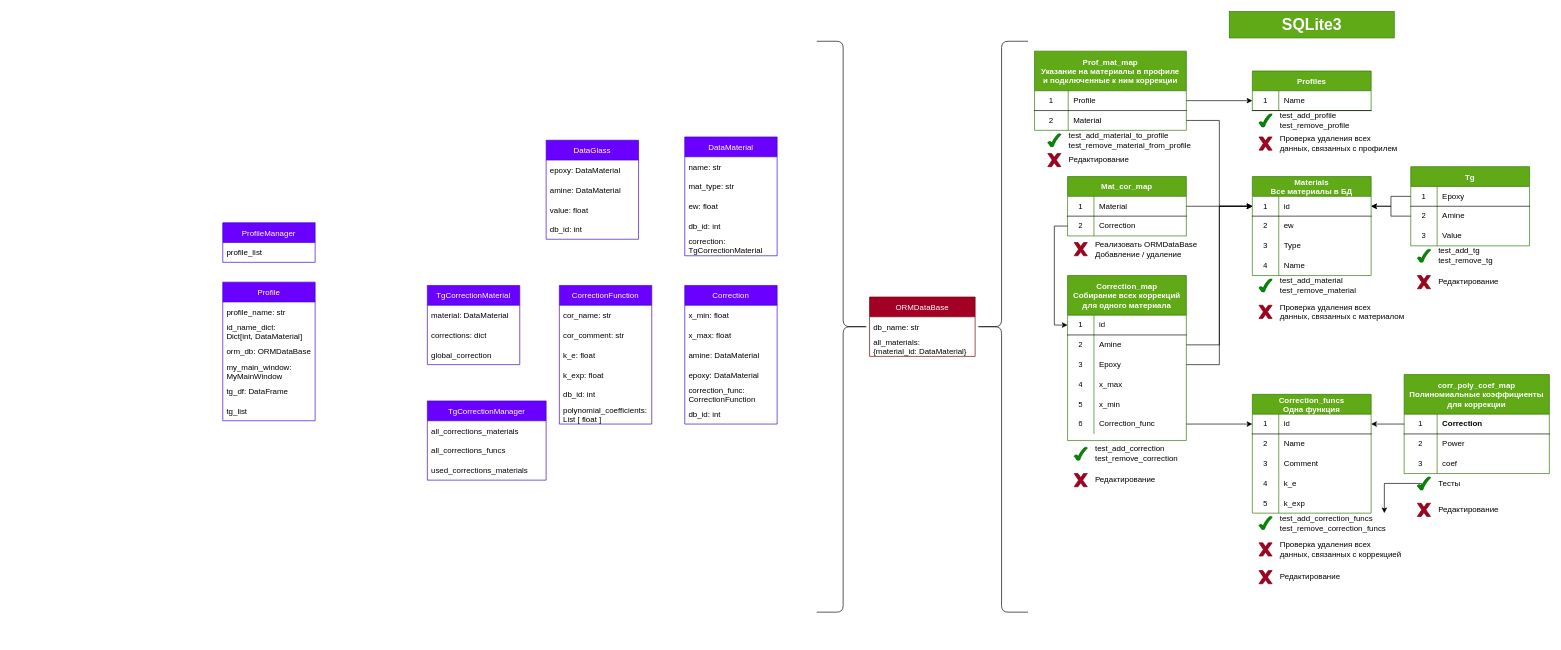
Earlier version of the draw.io diagram data_db.drawio (ivanzuev78/Glass_transition_math). Source tidied: cells renumbered, new cells numbered last; positions are measured from the earlier drawing's top-left corner, leaving out a move shared by most shapes. Both pictures are drawn from the tidied source at 66%, with x=0, y=0 at pixel (222, 11).
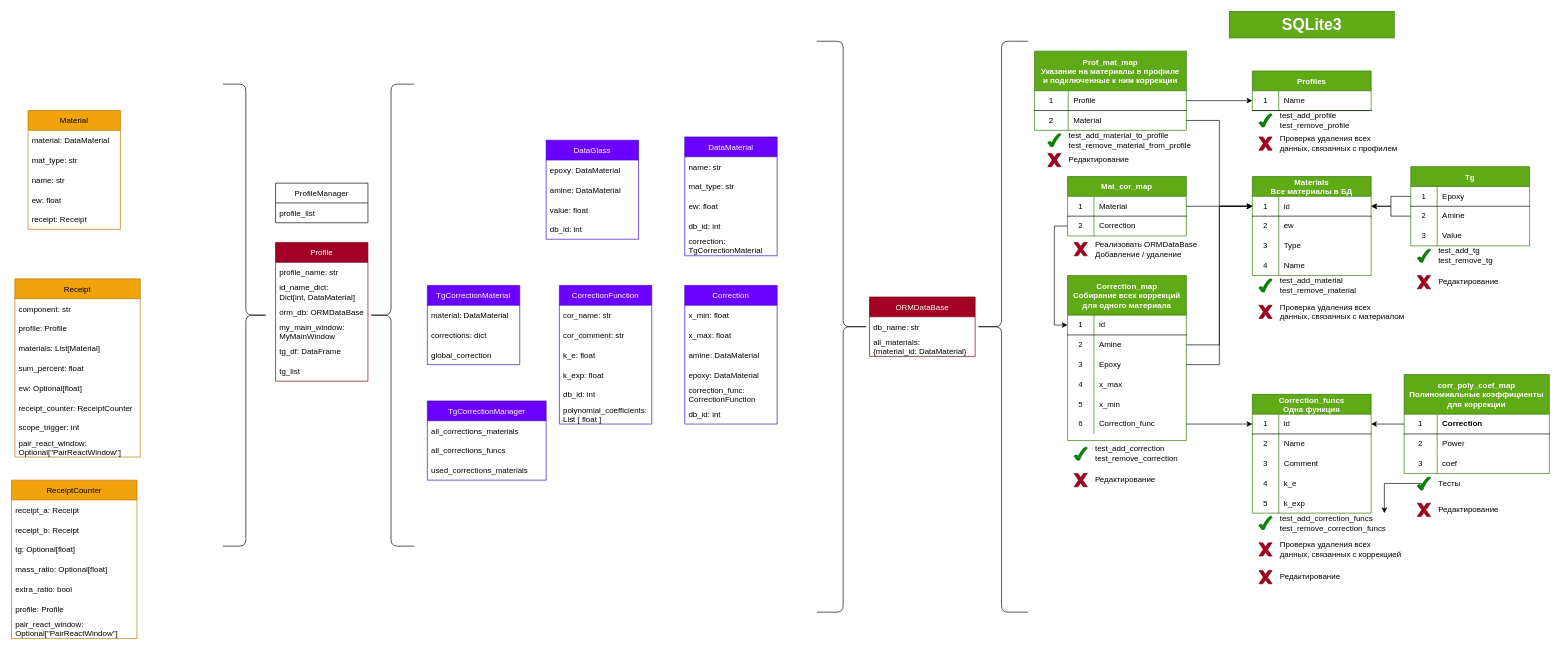
Above is the later version.

Commit message:
Описываю структуру проекта

Change to the diagram source:
```diff
@@
-    <mxCell id="164" value="Profile" style="swimlane;fontStyle=0;horizontal=1;startSize=30;fillColor=#6a00ff;strokeColor=#3700CC;fontColor=#ffffff;" parent="1" vertex="1">
-      <mxGeometry y="410" width="140" height="210" as="geometry" />
+    <mxCell id="164" value="Profile" style="swimlane;fontStyle=0;horizontal=1;startSize=30;fillColor=#a20025;strokeColor=#6F0000;fontColor=#ffffff;" parent="1" vertex="1">
+      <mxGeometry x="80" y="350" width="140" height="210" as="geometry" />
     </mxCell>
@@
-    <mxCell id="171" value="ProfileManager" style="swimlane;fontStyle=0;horizontal=1;startSize=30;fillColor=#6a00ff;strokeColor=#3700CC;fontColor=#ffffff;" parent="1" vertex="1">
-      <mxGeometry y="320" width="140" height="60" as="geometry" />
+    <mxCell id="171" value="ProfileManager" style="swimlane;fontStyle=0;horizontal=1;startSize=30;" parent="1" vertex="1">
+      <mxGeometry x="80" y="260" width="140" height="60" as="geometry" />
     </mxCell>
@@
+    <mxCell id="179" value="Material" style="swimlane;fontStyle=0;horizontal=1;startSize=30;fillColor=#f0a30a;strokeColor=#BD7000;fontColor=#000000;" parent="1" vertex="1">
+      <mxGeometry x="-295" y="150" width="140" height="180" as="geometry" />
+    </mxCell>
+    <mxCell id="180" value="material: DataMaterial" style="text;strokeColor=none;fillColor=none;align=left;verticalAlign=middle;spacingLeft=4;spacingRight=4;overflow=hidden;" parent="179" vertex="1">
+      <mxGeometry y="30" width="140" height="30" as="geometry" />
+    </mxCell>
+    <mxCell id="181" value="mat_type: str" style="text;strokeColor=none;fillColor=none;align=left;verticalAlign=middle;spacingLeft=4;spacingRight=4;overflow=hidden;" parent="179" vertex="1">
+      <mxGeometry y="60" width="140" height="30" as="geometry" />
+    </mxCell>
+    <mxCell id="182" value="name: str" style="text;strokeColor=none;fillColor=none;align=left;verticalAlign=middle;spacingLeft=4;spacingRight=4;overflow=hidden;" parent="179" vertex="1">
+      <mxGeometry y="90" width="140" height="30" as="geometry" />
+    </mxCell>
+    <mxCell id="183" value="ew: float" style="text;strokeColor=none;fillColor=none;align=left;verticalAlign=middle;spacingLeft=4;spacingRight=4;overflow=hidden;" parent="179" vertex="1">
+      <mxGeometry y="120" width="140" height="30" as="geometry" />
+    </mxCell>
+    <mxCell id="184" value="receipt: Receipt" style="text;strokeColor=none;fillColor=none;align=left;verticalAlign=middle;spacingLeft=4;spacingRight=4;overflow=hidden;" parent="179" vertex="1">
+      <mxGeometry y="150" width="140" height="30" as="geometry" />
+    </mxCell>
+    <mxCell id="185" value="Receipt" style="swimlane;fontStyle=0;horizontal=1;startSize=30;fillColor=#f0a30a;strokeColor=#BD7000;fontColor=#000000;" parent="1" vertex="1">
+      <mxGeometry x="-315" y="405" width="190" height="270" as="geometry" />
+    </mxCell>
+    <mxCell id="186" value="component: str" style="text;strokeColor=none;fillColor=none;align=left;verticalAlign=middle;spacingLeft=4;spacingRight=4;overflow=hidden;" parent="185" vertex="1">
+      <mxGeometry y="30" width="190" height="30" as="geometry" />
+    </mxCell>
+    <mxCell id="187" value="profile: Profile" style="text;strokeColor=none;fillColor=none;align=left;verticalAlign=middle;spacingLeft=4;spacingRight=4;overflow=hidden;" parent="185" vertex="1">
+      <mxGeometry y="60" width="190" height="30" as="geometry" />
+    </mxCell>
+    <mxCell id="188" value="materials: List[Material]" style="text;strokeColor=none;fillColor=none;align=left;verticalAlign=middle;spacingLeft=4;spacingRight=4;overflow=hidden;" parent="185" vertex="1">
+      <mxGeometry y="90" width="190" height="30" as="geometry" />
+    </mxCell>
+    <mxCell id="189" value="sum_percent: float" style="text;strokeColor=none;fillColor=none;align=left;verticalAlign=middle;spacingLeft=4;spacingRight=4;overflow=hidden;" parent="185" vertex="1">
+      <mxGeometry y="120" width="190" height="30" as="geometry" />
+    </mxCell>
+    <mxCell id="190" value="ew: Optional[float] " style="text;strokeColor=none;fillColor=none;align=left;verticalAlign=middle;spacingLeft=4;spacingRight=4;overflow=hidden;" parent="185" vertex="1">
+      <mxGeometry y="150" width="190" height="30" as="geometry" />
+    </mxCell>
+    <mxCell id="191" value="receipt_counter: ReceiptCounter" style="text;strokeColor=none;fillColor=none;align=left;verticalAlign=middle;spacingLeft=4;spacingRight=4;overflow=hidden;" parent="185" vertex="1">
+      <mxGeometry y="180" width="190" height="30" as="geometry" />
+    </mxCell>
+    <mxCell id="192" value="scope_trigger: int" style="text;strokeColor=none;fillColor=none;align=left;verticalAlign=middle;spacingLeft=4;spacingRight=4;overflow=hidden;" parent="185" vertex="1">
+      <mxGeometry y="210" width="190" height="30" as="geometry" />
+    </mxCell>
+    <mxCell id="193" value="pair_react_window: &#10;Optional[&quot;PairReactWindow&quot;]" style="text;strokeColor=none;fillColor=none;align=left;verticalAlign=middle;spacingLeft=4;spacingRight=4;overflow=hidden;" parent="185" vertex="1">
+      <mxGeometry y="240" width="190" height="30" as="geometry" />
+    </mxCell>
+    <mxCell id="194" value="ReceiptCounter" style="swimlane;fontStyle=0;horizontal=1;startSize=30;fillColor=#f0a30a;strokeColor=#BD7000;fontColor=#000000;" parent="1" vertex="1">
+      <mxGeometry x="-320" y="710" width="190" height="240" as="geometry" />
+    </mxCell>
+    <mxCell id="195" value="receipt_a: Receipt" style="text;strokeColor=none;fillColor=none;align=left;verticalAlign=middle;spacingLeft=4;spacingRight=4;overflow=hidden;" parent="194" vertex="1">
+      <mxGeometry y="30" width="190" height="30" as="geometry" />
+    </mxCell>
+    <mxCell id="196" value="receipt_b: Receipt" style="text;strokeColor=none;fillColor=none;align=left;verticalAlign=middle;spacingLeft=4;spacingRight=4;overflow=hidden;" parent="194" vertex="1">
+      <mxGeometry y="60" width="190" height="30" as="geometry" />
+    </mxCell>
+    <mxCell id="197" value="tg: Optional[float]" style="text;strokeColor=none;fillColor=none;align=left;verticalAlign=middle;spacingLeft=4;spacingRight=4;overflow=hidden;" parent="194" vertex="1">
+      <mxGeometry y="90" width="190" height="30" as="geometry" />
+    </mxCell>
+    <mxCell id="198" value="mass_ratio: Optional[float]" style="text;strokeColor=none;fillColor=none;align=left;verticalAlign=middle;spacingLeft=4;spacingRight=4;overflow=hidden;" parent="194" vertex="1">
+      <mxGeometry y="120" width="190" height="30" as="geometry" />
+    </mxCell>
+    <mxCell id="199" value="extra_ratio: bool" style="text;strokeColor=none;fillColor=none;align=left;verticalAlign=middle;spacingLeft=4;spacingRight=4;overflow=hidden;" parent="194" vertex="1">
+      <mxGeometry y="150" width="190" height="30" as="geometry" />
+    </mxCell>
+    <mxCell id="200" value="profile: Profile" style="text;strokeColor=none;fillColor=none;align=left;verticalAlign=middle;spacingLeft=4;spacingRight=4;overflow=hidden;" parent="194" vertex="1">
+      <mxGeometry y="180" width="190" height="30" as="geometry" />
+    </mxCell>
+    <mxCell id="201" value="pair_react_window: &#10;Optional[&quot;PairReactWindow&quot;]" style="text;strokeColor=none;fillColor=none;align=left;verticalAlign=middle;spacingLeft=4;spacingRight=4;overflow=hidden;" parent="194" vertex="1">
+      <mxGeometry y="210" width="190" height="30" as="geometry" />
+    </mxCell>
+    <mxCell id="202" style="shape=curlyBracket;whiteSpace=wrap;html=1;rounded=1;flipH=1;" parent="1" vertex="1">
+      <mxGeometry y="110" width="70" height="700" as="geometry" />
+    </mxCell>
+    <mxCell id="203" style="shape=curlyBracket;whiteSpace=wrap;html=1;rounded=1;" parent="1" vertex="1">
+      <mxGeometry x="220" y="110" width="70" height="700" as="geometry" />
+    </mxCell>
```
